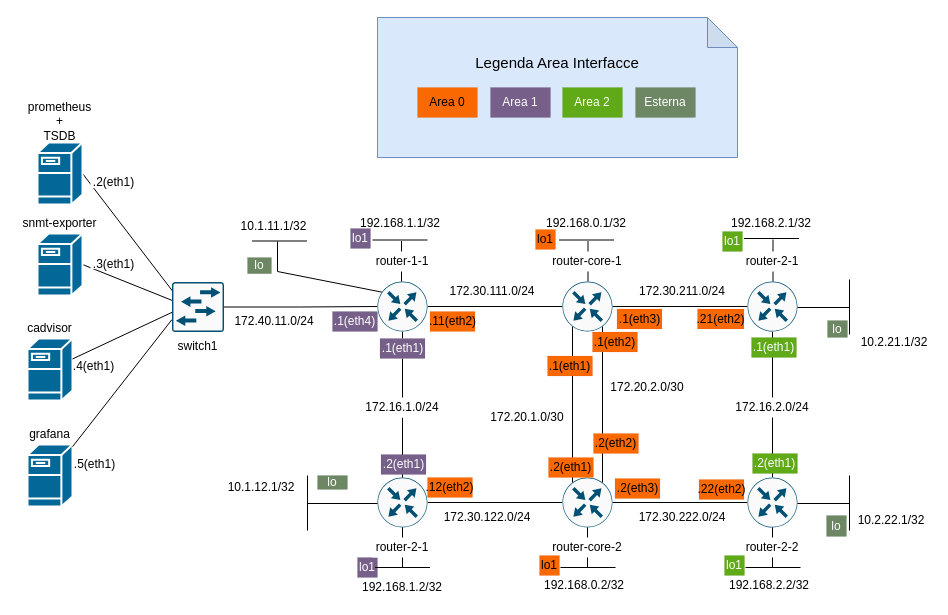
The draw.io diagram page "colored interfaces" (1 of 2) of rete-definitiva.drawio in aziap/Tesi, before the edit. Source tidied: cells renumbered, new cells numbered last; positions are measured from the earlier drawing's top-left corner, leaving out a move shared by most shapes. Both pictures are drawn from the tidied source at 100%, with x=0, y=0 at pixel (17, 17).
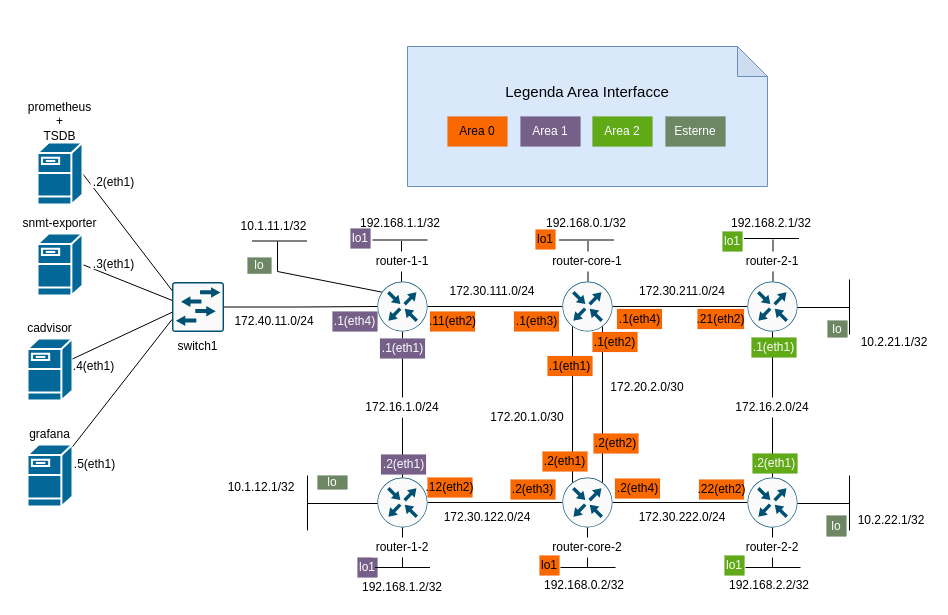
The same diagram, later.

What changed in the source:
```diff
@@
-    <mxCell id="51" value="router-2-1" style="text;html=1;strokeColor=none;fillColor=default;align=center;verticalAlign=middle;whiteSpace=wrap;rounded=0;" parent="1" vertex="1">
+    <mxCell id="51" value="router-1-2" style="text;html=1;strokeColor=none;fillColor=default;align=center;verticalAlign=middle;whiteSpace=wrap;rounded=0;" parent="1" vertex="1">
       <mxGeometry x="355" y="520" width="60" height="20" as="geometry" />
     </mxCell>
@@
     <mxCell id="99" value=".2(eth1)" style="text;html=1;strokeColor=#C73500;fillColor=#fa6800;align=center;verticalAlign=middle;whiteSpace=wrap;rounded=0;fontColor=#000000;strokeWidth=0;" parent="1" vertex="1">
-      <mxGeometry x="531" y="440" width="45" height="20" as="geometry" />
+      <mxGeometry x="525" y="434" width="45" height="20" as="geometry" />
     </mxCell>
@@
-    <mxCell id="102" value=".1(eth3)" style="text;html=1;strokeColor=#C73500;fillColor=#fa6800;align=center;verticalAlign=middle;whiteSpace=wrap;rounded=0;fontColor=#000000;strokeWidth=0;" parent="1" vertex="1">
+    <mxCell id="102" value=".1(eth4)" style="text;html=1;strokeColor=#C73500;fillColor=#fa6800;align=center;verticalAlign=middle;whiteSpace=wrap;rounded=0;fontColor=#000000;strokeWidth=0;" parent="1" vertex="1">
       <mxGeometry x="599.5" y="291.5" width="45" height="20" as="geometry" />
     </mxCell>
-    <mxCell id="103" value=".2(eth3)" style="text;html=1;strokeColor=#C73500;fillColor=#fa6800;align=center;verticalAlign=middle;whiteSpace=wrap;rounded=0;fontColor=#000000;strokeWidth=0;" parent="1" vertex="1">
+    <mxCell id="103" value=".2(eth4)" style="text;html=1;strokeColor=#C73500;fillColor=#fa6800;align=center;verticalAlign=middle;whiteSpace=wrap;rounded=0;fontColor=#000000;strokeWidth=0;" parent="1" vertex="1">
       <mxGeometry x="597.5" y="461" width="45" height="20" as="geometry" />
     </mxCell>
@@
+    <mxCell id="121" value="lo1" style="text;html=1;strokeColor=#2D7600;fillColor=#60a917;align=center;verticalAlign=middle;whiteSpace=wrap;rounded=0;fontColor=#ffffff;strokeWidth=0;" parent="1" vertex="1">
+      <mxGeometry x="707" y="538" width="20" height="20" as="geometry" />
+    </mxCell>
+    <mxCell id="122" value=".1(eth3)" style="text;html=1;strokeColor=#C73500;fillColor=#fa6800;align=center;verticalAlign=middle;whiteSpace=wrap;rounded=0;fontColor=#000000;strokeWidth=0;" parent="1" vertex="1">
+      <mxGeometry x="496.5" y="294" width="45" height="20" as="geometry" />
+    </mxCell>
+    <mxCell id="123" value=".2(eth3)" style="text;html=1;strokeColor=#C73500;fillColor=#fa6800;align=center;verticalAlign=middle;whiteSpace=wrap;rounded=0;fontColor=#000000;strokeWidth=0;" parent="1" vertex="1">
+      <mxGeometry x="493" y="462" width="45" height="20" as="geometry" />
+    </mxCell>
+    <mxCell id="124" style="group;" parent="1" vertex="1">
+      <mxGeometry x="390" y="29" width="360" height="140" as="geometry" />
+    </mxCell>
-    <mxCell id="115" style="shape=note;whiteSpace=wrap;html=1;backgroundOutline=1;darkOpacity=0.05;fillColor=#dae8fc;strokeColor=#6c8ebf;" parent="1" vertex="1">
-      <mxGeometry x="360" width="360" height="140" as="geometry" />
+    <mxCell id="115" style="shape=note;whiteSpace=wrap;html=1;backgroundOutline=1;darkOpacity=0.05;fillColor=#dae8fc;strokeColor=#6c8ebf;" parent="124" vertex="1">
+      <mxGeometry width="360" height="140" as="geometry" />
     </mxCell>
-    <mxCell id="116" value="Legenda Area Interfacce" style="text;html=1;strokeColor=none;fillColor=none;align=center;verticalAlign=middle;whiteSpace=wrap;rounded=0;fontSize=15;" parent="1" vertex="1">
-      <mxGeometry x="451" y="30" width="178" height="30" as="geometry" />
+    <mxCell id="116" value="Legenda Area Interfacce" style="text;html=1;strokeColor=none;fillColor=none;align=center;verticalAlign=middle;whiteSpace=wrap;rounded=0;fontSize=15;" parent="124" vertex="1">
+      <mxGeometry x="91" y="30" width="178" height="30" as="geometry" />
     </mxCell>
-    <mxCell id="117" value="Area 0" style="text;html=1;strokeColor=#C73500;fillColor=#fa6800;align=center;verticalAlign=middle;whiteSpace=wrap;rounded=0;fontColor=#000000;strokeWidth=0;" parent="1" vertex="1">
-      <mxGeometry x="400" y="70" width="60" height="30" as="geometry" />
+    <mxCell id="117" value="Area 0" style="text;html=1;strokeColor=#C73500;fillColor=#fa6800;align=center;verticalAlign=middle;whiteSpace=wrap;rounded=0;fontColor=#000000;strokeWidth=0;" parent="124" vertex="1">
+      <mxGeometry x="40" y="70" width="60" height="30" as="geometry" />
     </mxCell>
-    <mxCell id="118" value="Area 1" style="text;html=1;strokeColor=#432D57;fillColor=#76608a;align=center;verticalAlign=middle;whiteSpace=wrap;rounded=0;fontColor=#ffffff;strokeWidth=0;" parent="1" vertex="1">
-      <mxGeometry x="473" y="70" width="60" height="30" as="geometry" />
+    <mxCell id="118" value="Area 1" style="text;html=1;strokeColor=#432D57;fillColor=#76608a;align=center;verticalAlign=middle;whiteSpace=wrap;rounded=0;fontColor=#ffffff;strokeWidth=0;" parent="124" vertex="1">
+      <mxGeometry x="113" y="70" width="60" height="30" as="geometry" />
     </mxCell>
-    <mxCell id="119" value="Area 2" style="text;html=1;strokeColor=#2D7600;fillColor=#60a917;align=center;verticalAlign=middle;whiteSpace=wrap;rounded=0;fontColor=#ffffff;strokeWidth=0;" parent="1" vertex="1">
-      <mxGeometry x="545" y="70" width="60" height="30" as="geometry" />
+    <mxCell id="119" value="Area 2" style="text;html=1;strokeColor=#2D7600;fillColor=#60a917;align=center;verticalAlign=middle;whiteSpace=wrap;rounded=0;fontColor=#ffffff;strokeWidth=0;" parent="124" vertex="1">
+      <mxGeometry x="185" y="70" width="60" height="30" as="geometry" />
     </mxCell>
-    <mxCell id="120" value="Esterna" style="text;html=1;strokeColor=#3A5431;fillColor=#6d8764;align=center;verticalAlign=middle;whiteSpace=wrap;rounded=0;fontColor=#ffffff;strokeWidth=0;" parent="1" vertex="1">
-      <mxGeometry x="618" y="70" width="60" height="30" as="geometry" />
+    <mxCell id="120" value="Esterne" style="text;html=1;strokeColor=#3A5431;fillColor=#6d8764;align=center;verticalAlign=middle;whiteSpace=wrap;rounded=0;fontColor=#ffffff;strokeWidth=0;" parent="124" vertex="1">
+      <mxGeometry x="258" y="70" width="60" height="30" as="geometry" />
     </mxCell>
-    <mxCell id="121" value="lo1" style="text;html=1;strokeColor=#2D7600;fillColor=#60a917;align=center;verticalAlign=middle;whiteSpace=wrap;rounded=0;fontColor=#ffffff;strokeWidth=0;" parent="1" vertex="1">
-      <mxGeometry x="707" y="538" width="20" height="20" as="geometry" />
-    </mxCell>
```
